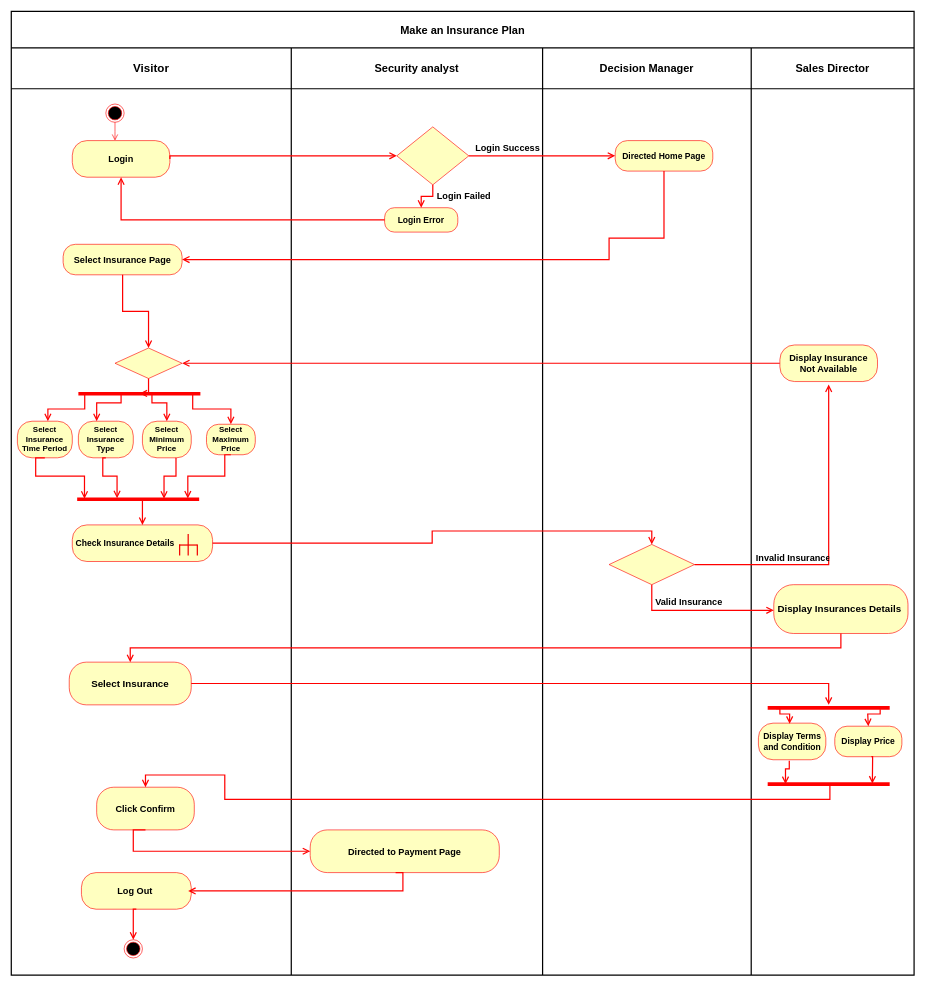
This is todst.drawio from rivinduchamath/Helth-Insurance-, a draw.io file, before an edit. Source tidied: cells renumbered, new cells numbered last; positions are measured from the earlier drawing's top-left corner, leaving out a move shared by most shapes. Both pictures are drawn from the tidied source at 61%, with x=0, y=0 at pixel (11, 11).
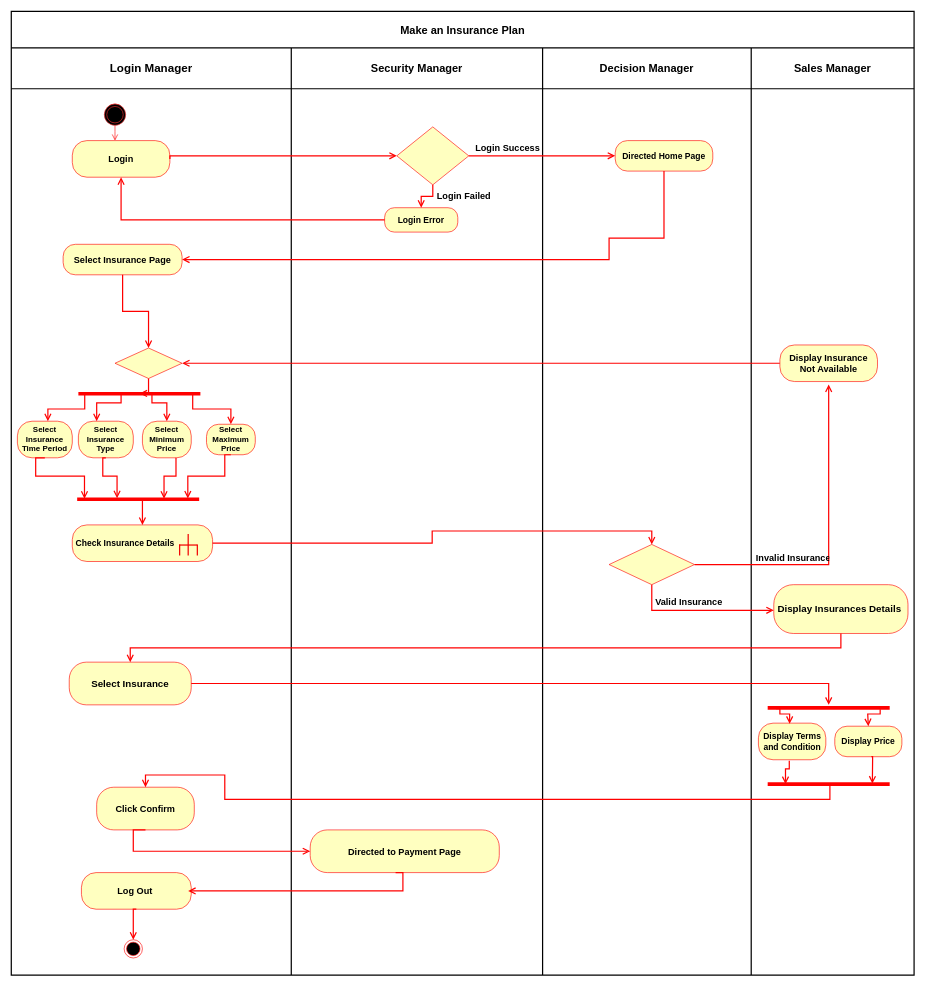
The same page after the edit.

The change refers to these unchanged cells:
```xml
<mxCell id="3" style="shape=tableRow;horizontal=0;startSize=0;swimlaneHead=0;swimlaneBody=0;top=0;left=0;bottom=0;right=0;fillColor=none;" parent="2" vertex="1">
  <mxGeometry y="60" width="1480" height="67" as="geometry" />
</mxCell>
```

Change to the diagram source:
```diff
@@
-    <mxCell id="4" value="&lt;b&gt;&lt;font style=&quot;font-size: 19px&quot;&gt;Visitor&lt;/font&gt;&lt;/b&gt;" style="shape=partialRectangle;html=1;whiteSpace=wrap;fillColor=none;top=0;left=0;bottom=0;right=0;overflow=hidden;" parent="3" vertex="1">
+    <mxCell id="4" value="&lt;b&gt;&lt;font style=&quot;font-size: 19px&quot;&gt;Login Manager&lt;/font&gt;&lt;/b&gt;" style="shape=partialRectangle;html=1;whiteSpace=wrap;fillColor=none;top=0;left=0;bottom=0;right=0;overflow=hidden;" parent="3" vertex="1">
       <mxGeometry width="459" height="67" as="geometry" />
     </mxCell>
-    <mxCell id="5" value="&lt;b&gt;&lt;font style=&quot;font-size: 18px&quot;&gt;Security analyst&lt;/font&gt;&lt;/b&gt;" style="shape=partialRectangle;html=1;whiteSpace=wrap;fillColor=none;top=0;left=0;bottom=0;right=0;overflow=hidden;" parent="3" vertex="1">
+    <mxCell id="5" value="&lt;b&gt;&lt;font style=&quot;font-size: 18px&quot;&gt;Security Manager&lt;/font&gt;&lt;/b&gt;" style="shape=partialRectangle;html=1;whiteSpace=wrap;fillColor=none;top=0;left=0;bottom=0;right=0;overflow=hidden;" parent="3" vertex="1">
       <mxGeometry x="459" width="412" height="67" as="geometry" />
     </mxCell>
@@
-    <mxCell id="7" value="&lt;b&gt;&lt;font style=&quot;font-size: 18px&quot;&gt;Sales Director&lt;/font&gt;&lt;/b&gt;" style="shape=partialRectangle;html=1;whiteSpace=wrap;fillColor=none;top=0;left=0;bottom=0;right=0;overflow=hidden;" parent="3" vertex="1">
+    <mxCell id="7" value="&lt;b&gt;&lt;font style=&quot;font-size: 18px&quot;&gt;Sales Manager&lt;/font&gt;&lt;/b&gt;" style="shape=partialRectangle;html=1;whiteSpace=wrap;fillColor=none;top=0;left=0;bottom=0;right=0;overflow=hidden;" parent="3" vertex="1">
       <mxGeometry x="1213" width="267" height="67" as="geometry" />
     </mxCell>
@@
+    <mxCell id="78" style="ellipse;shape=doubleEllipse;whiteSpace=wrap;html=1;fillColor=#000000;strokeColor=#FF3030;" parent="1" vertex="1">
+      <mxGeometry x="152.5" y="152" width="35" height="35" as="geometry" />
+    </mxCell>
```
